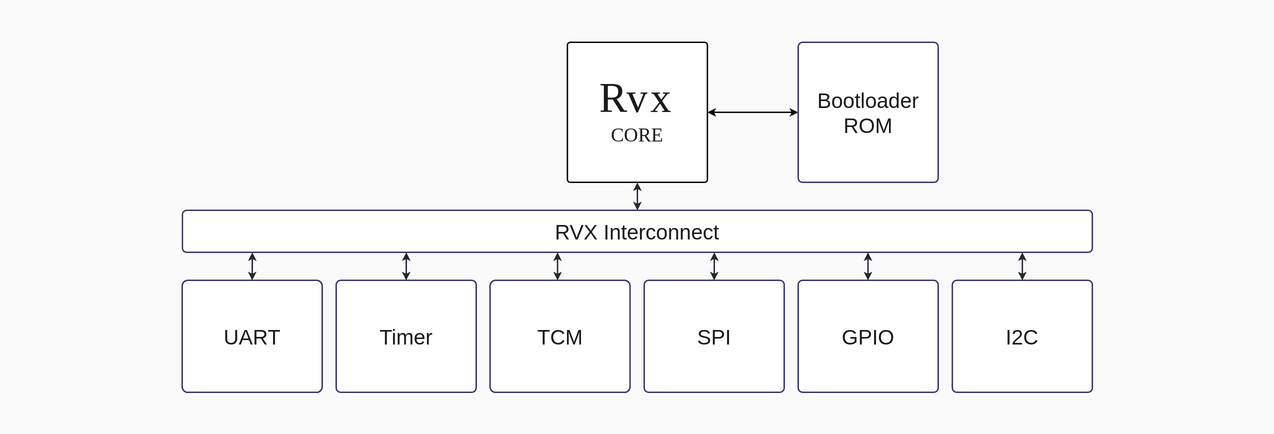
This is docs/source/images/rvx_architecture.svg from rafaelcalcada/rvx, a draw.io export, as it was before one commit. Source tidied: cells renumbered, new cells last; positions are measured from the earlier drawing's top-left corner, leaving out a move shared by most shapes.
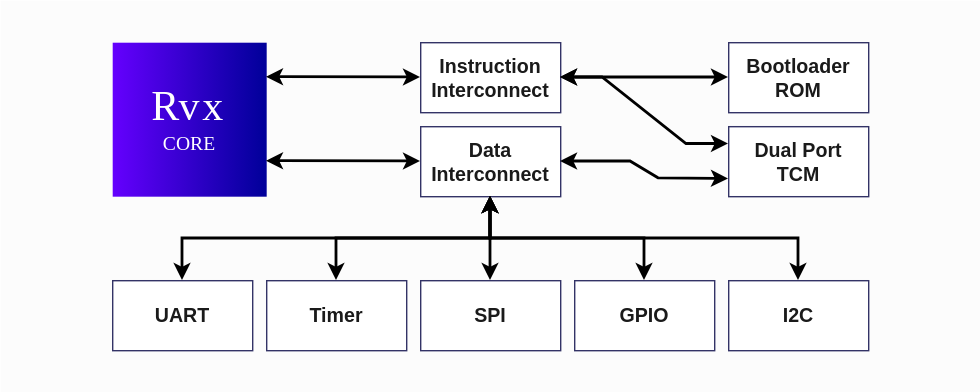
The same file after the commit.

Commit message:
Add architecture overview to README page and update architecture diagram

Change to the diagram source:
```diff
@@ -2,85 +2,117 @@
   <root>
     <mxCell id="0" />
     <mxCell id="1" parent="0" />
-    <mxCell id="2" style="rounded=0;whiteSpace=wrap;html=1;strokeColor=none;gradientColor=none;fillColor=#E6E6E6;dashed=1;opacity=20;" parent="1" vertex="1">
-      <mxGeometry width="910" height="310" as="geometry" />
+    <mxCell id="2" style="rounded=0;whiteSpace=wrap;html=1;strokeColor=none;gradientColor=none;fillColor=#E6E6E6;dashed=1;opacity=15;" parent="1" vertex="1">
+      <mxGeometry x="10" y="-10" width="700" height="280" as="geometry" />
     </mxCell>
-    <mxCell id="3" style="whiteSpace=wrap;html=1;strokeColor=default;fillColor=#FFFFFF;gradientColor=none;gradientDirection=east;rounded=1;arcSize=2;strokeWidth=1;fontColor=#303FA1;" parent="1" vertex="1">
-      <mxGeometry x="405" y="30" width="100" height="100" as="geometry" />
+    <mxCell id="3" style="whiteSpace=wrap;html=1;strokeColor=none;fillColor=#6500FE;gradientColor=#000099;gradientDirection=east;rounded=1;arcSize=0;strokeWidth=5;fontColor=#303FA1;" parent="1" vertex="1">
+      <mxGeometry x="90" y="20" width="110" height="110" as="geometry" />
     </mxCell>
-    <mxCell id="4" value="RVX Interconnect" style="rounded=1;whiteSpace=wrap;html=1;strokeWidth=1;arcSize=10;fontStyle=0;fontSize=15;fontFamily=Helvetica;horizontal=1;strokeColor=#333366;fillColor=#FFFFFF;fontColor=#1A1A1A;" parent="1" vertex="1">
-      <mxGeometry x="130.1" y="150" width="649.9" height="30" as="geometry" />
-    </mxCell>
-    <mxCell id="5" value="GPIO" style="rounded=1;whiteSpace=wrap;html=1;strokeWidth=1;arcSize=4;fontStyle=0;fontSize=15;fontFamily=Helvetica;strokeColor=#333366;fillColor=#FFFFFF;fontColor=#1A1A1A;" parent="1" vertex="1">
-      <mxGeometry x="569.9" y="200" width="100" height="80" as="geometry" />
+    <mxCell id="5" value="GPIO" style="rounded=1;whiteSpace=wrap;html=1;strokeWidth=1;arcSize=0;fontStyle=1;fontSize=14;fontFamily=Helvetica;strokeColor=#333366;fillColor=#FFFFFF;fontColor=#1A1A1A;" parent="1" vertex="1">
+      <mxGeometry x="420" y="190" width="100" height="50" as="geometry" />
     </mxCell>
-    <mxCell id="6" value="UART" style="rounded=1;whiteSpace=wrap;html=1;strokeWidth=1;arcSize=5;fontStyle=0;fontSize=15;fontFamily=Helvetica;strokeColor=#333366;fillColor=#FFFFFF;fontColor=#1A1A1A;" parent="1" vertex="1">
-      <mxGeometry x="129.9" y="200" width="100" height="80" as="geometry" />
-    </mxCell>
-    <mxCell id="7" value="TCM" style="rounded=1;whiteSpace=wrap;html=1;strokeWidth=1;arcSize=5;fontStyle=0;fontSize=15;fontFamily=Helvetica;strokeColor=#333366;fillColor=#FFFFFF;fontColor=#1A1A1A;" parent="1" vertex="1">
-      <mxGeometry x="349.8" y="200" width="100" height="80" as="geometry" />
+    <mxCell id="7" value="&lt;div&gt;Dual Port&lt;/div&gt;&lt;div&gt;TCM&lt;/div&gt;" style="rounded=1;whiteSpace=wrap;html=1;strokeWidth=1;arcSize=0;fontStyle=1;fontSize=14;fontFamily=Helvetica;strokeColor=#333366;fillColor=#FFFFFF;fontColor=#1A1A1A;" parent="1" vertex="1">
+      <mxGeometry x="530" y="80" width="100" height="50" as="geometry" />
     </mxCell>
-    <mxCell id="8" value="SPI" style="rounded=1;whiteSpace=wrap;html=1;strokeWidth=1;arcSize=4;fontStyle=0;fontSize=15;fontFamily=Helvetica;strokeColor=#333366;fillColor=#FFFFFF;fontColor=#1A1A1A;" parent="1" vertex="1">
-      <mxGeometry x="459.9" y="200" width="100" height="80" as="geometry" />
+    <mxCell id="8" value="SPI" style="rounded=1;whiteSpace=wrap;html=1;strokeWidth=1;arcSize=0;fontStyle=1;fontSize=14;fontFamily=Helvetica;strokeColor=#333366;fillColor=#FFFFFF;fontColor=#1A1A1A;" parent="1" vertex="1">
+      <mxGeometry x="310" y="190" width="100" height="50" as="geometry" />
     </mxCell>
-    <mxCell id="9" value="Timer" style="rounded=1;whiteSpace=wrap;html=1;strokeWidth=1;arcSize=4;fontStyle=0;fontSize=15;fontFamily=Helvetica;strokeColor=#333366;fillColor=#FFFFFF;fontColor=#1A1A1A;" parent="1" vertex="1">
-      <mxGeometry x="239.9" y="200" width="100" height="80" as="geometry" />
+    <mxCell id="9" value="Timer" style="rounded=1;whiteSpace=wrap;html=1;strokeWidth=1;arcSize=0;fontStyle=1;fontSize=14;fontFamily=Helvetica;strokeColor=#333366;fillColor=#FFFFFF;fontColor=#1A1A1A;" parent="1" vertex="1">
+      <mxGeometry x="200" y="190" width="100" height="50" as="geometry" />
     </mxCell>
-    <mxCell id="10" style="edgeStyle=orthogonalEdgeStyle;rounded=0;jettySize=auto;html=1;endArrow=classic;endFill=1;strokeWidth=1;fontFamily=Helvetica;fontStyle=0;strokeColor=#232830;fontSize=12;startArrow=classic;startFill=1;endSize=3;startSize=3;entryX=0.5;entryY=1;entryDx=0;entryDy=0;fontColor=#01009A;" parent="1" edge="1" source="4" target="3">
-      <mxGeometry relative="1" as="geometry" />
-    </mxCell>
-    <mxCell id="11" style="edgeStyle=orthogonalEdgeStyle;rounded=0;jettySize=auto;html=1;endArrow=classic;endFill=1;strokeWidth=1;fontFamily=Helvetica;fontStyle=0;strokeColor=#232830;fontSize=12;exitX=0.5;exitY=0;exitDx=0;exitDy=0;startArrow=classic;startFill=1;endSize=3;startSize=3;fontColor=#01009A;" parent="1" edge="1" source="9">
-      <mxGeometry relative="1" as="geometry">
-        <mxPoint x="290" y="180" as="targetPoint" />
-      </mxGeometry>
-    </mxCell>
-    <mxCell id="12" style="edgeStyle=orthogonalEdgeStyle;rounded=0;jettySize=auto;html=1;endArrow=classic;endFill=1;strokeWidth=1;fontFamily=Helvetica;fontStyle=0;strokeColor=#232830;fontSize=12;startArrow=classic;startFill=1;endSize=3;startSize=3;entryX=0.5;entryY=0;entryDx=0;entryDy=0;fontColor=#01009A;" parent="1" edge="1" target="6">
-      <mxGeometry relative="1" as="geometry">
-        <mxPoint x="180" y="180" as="sourcePoint" />
-      </mxGeometry>
-    </mxCell>
-    <mxCell id="13" style="edgeStyle=orthogonalEdgeStyle;rounded=0;jettySize=auto;html=1;endArrow=classic;endFill=1;strokeWidth=1;fontFamily=Helvetica;fontStyle=0;strokeColor=#232830;fontSize=12;startArrow=classic;startFill=1;endSize=3;startSize=3;exitX=0.5;exitY=0;exitDx=0;exitDy=0;fontColor=#01009A;" parent="1" edge="1" source="8">
-      <mxGeometry relative="1" as="geometry">
-        <mxPoint x="510" y="180" as="targetPoint" />
-      </mxGeometry>
-    </mxCell>
-    <mxCell id="14" style="edgeStyle=orthogonalEdgeStyle;rounded=0;orthogonalLoop=1;jettySize=auto;html=1;endArrow=classic;endFill=1;strokeWidth=1;fontFamily=Helvetica;fontStyle=0;strokeColor=#232830;fontSize=12;startArrow=classic;startFill=1;endSize=3;startSize=3;exitX=0.5;exitY=0;exitDx=0;exitDy=0;fontColor=#01009A;" parent="1" edge="1">
-      <mxGeometry relative="1" as="geometry">
-        <mxPoint x="619.8" y="200" as="sourcePoint" />
-        <mxPoint x="619.8" y="180" as="targetPoint" />
-      </mxGeometry>
-    </mxCell>
-    <mxCell id="15" value="R" style="text;html=1;align=center;verticalAlign=middle;whiteSpace=wrap;rounded=0;fontFamily=Eurofighter;fontSize=30;fontColor=#1A1A1A;" parent="1" vertex="1">
-      <mxGeometry x="408.1" y="54" width="60" height="30" as="geometry" />
+    <mxCell id="15" value="R" style="text;html=1;align=center;verticalAlign=middle;whiteSpace=wrap;rounded=0;fontFamily=Eurofighter;fontSize=30;fontColor=#FFFFFF;" parent="1" vertex="1">
+      <mxGeometry x="98.1" y="50" width="60" height="30" as="geometry" />
     </mxCell>
-    <mxCell id="16" value="v" style="text;html=1;align=center;verticalAlign=middle;whiteSpace=wrap;rounded=0;fontFamily=Eurofighter;fontSize=30;fontColor=#1A1A1A;" parent="1" vertex="1">
-      <mxGeometry x="425.1" y="54" width="60" height="30" as="geometry" />
+    <mxCell id="16" value="v" style="text;html=1;align=center;verticalAlign=middle;whiteSpace=wrap;rounded=0;fontFamily=Eurofighter;fontSize=30;fontColor=#FFFFFF;" parent="1" vertex="1">
+      <mxGeometry x="115.1" y="50" width="60" height="30" as="geometry" />
     </mxCell>
-    <mxCell id="17" value="x" style="text;html=1;align=center;verticalAlign=middle;whiteSpace=wrap;rounded=0;fontFamily=Eurofighter;fontSize=30;fontColor=#1A1A1A;" parent="1" vertex="1">
-      <mxGeometry x="441.9" y="54" width="60" height="30" as="geometry" />
+    <mxCell id="17" value="x" style="text;html=1;align=center;verticalAlign=middle;whiteSpace=wrap;rounded=0;fontFamily=Eurofighter;fontSize=30;fontColor=#FFFFFF;" parent="1" vertex="1">
+      <mxGeometry x="131.9" y="50" width="60" height="30" as="geometry" />
     </mxCell>
-    <mxCell id="18" value="CORE" style="text;html=1;align=center;verticalAlign=middle;whiteSpace=wrap;rounded=0;fontFamily=Eurofighter;fontColor=#1A1A1A;fontSize=14;" parent="1" vertex="1">
-      <mxGeometry x="425" y="82" width="60" height="30" as="geometry" />
+    <mxCell id="18" value="CORE" style="text;html=1;align=center;verticalAlign=middle;whiteSpace=wrap;rounded=0;fontFamily=Eurofighter;fontColor=#FFFFFF;fontSize=14;" parent="1" vertex="1">
+      <mxGeometry x="115" y="78" width="60" height="30" as="geometry" />
     </mxCell>
-    <mxCell id="19" style="edgeStyle=orthogonalEdgeStyle;rounded=0;jettySize=auto;html=1;entryX=1;entryY=0.5;entryDx=0;entryDy=0;endArrow=classic;endFill=1;startArrow=classic;startFill=1;startSize=3;endSize=3;" parent="1" edge="1" source="20" target="3">
-      <mxGeometry relative="1" as="geometry" />
-    </mxCell>
+    <mxCell id="21" value="I2C" style="rounded=1;whiteSpace=wrap;html=1;strokeWidth=1;arcSize=0;fontStyle=1;fontSize=14;fontFamily=Helvetica;strokeColor=#333366;fillColor=#FFFFFF;fontColor=#1A1A1A;" parent="1" vertex="1">
+      <mxGeometry x="530" y="190" width="100" height="50" as="geometry" />
+    </mxCell>
-    <mxCell id="20" value="Bootloader&lt;div&gt;ROM&lt;/div&gt;" style="rounded=1;whiteSpace=wrap;html=1;strokeWidth=1;arcSize=3;fontStyle=0;fontSize=15;fontFamily=Helvetica;strokeColor=#333366;fillColor=#FFFFFF;fontColor=#1A1A1A;" parent="1" vertex="1">
-      <mxGeometry x="569.9" y="30" width="100" height="100" as="geometry" />
+    <mxCell id="20" value="Bootloader&lt;div&gt;ROM&lt;/div&gt;" style="rounded=1;whiteSpace=wrap;html=1;strokeWidth=1;arcSize=0;fontStyle=1;fontSize=14;fontFamily=Helvetica;strokeColor=#333366;fillColor=#FFFFFF;fontColor=#1A1A1A;" parent="1" vertex="1">
+      <mxGeometry x="530" y="20" width="100" height="50" as="geometry" />
     </mxCell>
-    <mxCell id="21" value="I2C" style="rounded=1;whiteSpace=wrap;html=1;strokeWidth=1;arcSize=4;fontStyle=0;fontSize=15;fontFamily=Helvetica;strokeColor=#333366;fillColor=#FFFFFF;fontColor=#1A1A1A;" parent="1" vertex="1">
-      <mxGeometry x="680" y="200" width="100" height="80" as="geometry" />
-    </mxCell>
-    <mxCell id="22" style="edgeStyle=orthogonalEdgeStyle;rounded=0;orthogonalLoop=1;jettySize=auto;html=1;endArrow=classic;endFill=1;strokeWidth=1;fontFamily=Helvetica;fontStyle=0;strokeColor=#232830;fontSize=12;startArrow=classic;startFill=1;endSize=3;startSize=3;exitX=0.5;exitY=0;exitDx=0;exitDy=0;fontColor=#01009A;" parent="1" edge="1">
-      <mxGeometry relative="1" as="geometry">
-        <mxPoint x="398" y="200" as="sourcePoint" />
-        <mxPoint x="398" y="180" as="targetPoint" />
-      </mxGeometry>
-    </mxCell>
-    <mxCell id="23" style="edgeStyle=orthogonalEdgeStyle;rounded=0;jettySize=auto;html=1;endArrow=classic;endFill=1;strokeWidth=1;fontFamily=Helvetica;fontStyle=0;strokeColor=#232830;fontSize=12;startArrow=classic;startFill=1;endSize=3;startSize=3;exitX=0.5;exitY=0;exitDx=0;exitDy=0;fontColor=#01009A;" parent="1" edge="1" source="21">
-      <mxGeometry relative="1" as="geometry">
-        <mxPoint x="730" y="180" as="targetPoint" />
-      </mxGeometry>
-    </mxCell>
+    <mxCell id="24" value="Instruction&lt;div&gt;&lt;span style=&quot;background-color: transparent; color: light-dark(rgb(26, 26, 26), rgb(215, 215, 215));&quot;&gt;Interconnect&lt;/span&gt;&lt;/div&gt;" style="rounded=1;whiteSpace=wrap;html=1;strokeWidth=1;arcSize=0;fontStyle=1;fontSize=14;fontFamily=Helvetica;strokeColor=#333366;fillColor=#FFFFFF;fontColor=#1A1A1A;imageAspect=1;" parent="1" vertex="1">
+      <mxGeometry x="310" y="20" width="100" height="50" as="geometry" />
+    </mxCell>
+    <mxCell id="25" value="Data&lt;div&gt;Interconnect&lt;/div&gt;" style="rounded=1;whiteSpace=wrap;html=1;strokeWidth=1;arcSize=0;fontStyle=1;fontSize=14;fontFamily=Helvetica;strokeColor=#333366;fillColor=#FFFFFF;fontColor=#1A1A1A;" parent="1" vertex="1">
+      <mxGeometry x="310" y="80" width="100" height="50" as="geometry" />
+    </mxCell>
+    <mxCell id="26" style="endArrow=classic;startArrow=classic;html=1;rounded=0;exitX=0.5;exitY=0;exitDx=0;exitDy=0;entryX=0.5;entryY=1;entryDx=0;entryDy=0;strokeWidth=2;strokeColor=#000000;" parent="1" edge="1" source="21" target="25">
+      <mxGeometry relative="1" as="geometry">
+        <Array as="points">
+          <mxPoint x="580" y="160" />
+          <mxPoint x="510" y="160" />
+          <mxPoint x="360" y="160" />
+        </Array>
+      </mxGeometry>
+    </mxCell>
+    <mxCell id="27" style="endArrow=classic;startArrow=classic;html=1;rounded=0;exitX=0.5;exitY=0;exitDx=0;exitDy=0;entryX=0.5;entryY=1;entryDx=0;entryDy=0;strokeWidth=2;strokeColor=#000000;" parent="1" edge="1" source="5" target="25">
+      <mxGeometry relative="1" as="geometry">
+        <Array as="points">
+          <mxPoint x="470" y="160" />
+          <mxPoint x="360" y="160" />
+        </Array>
+      </mxGeometry>
+    </mxCell>
+    <mxCell id="28" style="endArrow=classic;startArrow=classic;html=1;rounded=0;exitX=0.5;exitY=0;exitDx=0;exitDy=0;strokeWidth=2;strokeColor=#000000;" parent="1" edge="1" source="8">
+      <mxGeometry relative="1" as="geometry">
+        <mxPoint x="360" y="130" as="targetPoint" />
+        <Array as="points">
+          <mxPoint x="360" y="160" />
+        </Array>
+      </mxGeometry>
+    </mxCell>
+    <mxCell id="29" style="endArrow=classic;startArrow=classic;html=1;rounded=0;exitX=0.5;exitY=0;exitDx=0;exitDy=0;entryX=0.5;entryY=1;entryDx=0;entryDy=0;strokeWidth=2;strokeColor=#000000;" parent="1" edge="1" source="9" target="25">
+      <mxGeometry relative="1" as="geometry">
+        <Array as="points">
+          <mxPoint x="250" y="160" />
+          <mxPoint x="360" y="160" />
+        </Array>
+      </mxGeometry>
+    </mxCell>
+    <mxCell id="30" style="endArrow=classic;startArrow=classic;html=1;rounded=0;exitX=0.5;exitY=0;exitDx=0;exitDy=0;entryX=0.5;entryY=1;entryDx=0;entryDy=0;strokeWidth=2;strokeColor=#000000;" parent="1" edge="1" source="6" target="25">
+      <mxGeometry relative="1" as="geometry">
+        <Array as="points">
+          <mxPoint x="140" y="160" />
+          <mxPoint x="360" y="160" />
+        </Array>
+      </mxGeometry>
+    </mxCell>
+    <mxCell id="31" style="endArrow=classic;startArrow=classic;html=1;rounded=0;entryX=0;entryY=0.5;entryDx=0;entryDy=0;strokeWidth=2;strokeColor=#000000;exitX=1;exitY=0.5;exitDx=0;exitDy=0;" parent="1" edge="1" source="24" target="20">
+      <mxGeometry relative="1" as="geometry" />
+    </mxCell>
+    <mxCell id="32" style="endArrow=classic;startArrow=classic;html=1;rounded=0;entryX=0;entryY=0.75;entryDx=0;entryDy=0;strokeWidth=2;strokeColor=#000000;exitX=1;exitY=0.5;exitDx=0;exitDy=0;" parent="1" edge="1" source="25" target="7">
+      <mxGeometry relative="1" as="geometry">
+        <Array as="points">
+          <mxPoint x="460" y="105" />
+          <mxPoint x="480" y="117" />
+        </Array>
+      </mxGeometry>
+    </mxCell>
+    <mxCell id="6" value="UART" style="rounded=1;whiteSpace=wrap;html=1;strokeWidth=1;arcSize=0;fontStyle=1;fontSize=14;fontFamily=Helvetica;strokeColor=#333366;fillColor=#FFFFFF;fontColor=#1A1A1A;" parent="1" vertex="1">
+      <mxGeometry x="90" y="190" width="100" height="50" as="geometry" />
+    </mxCell>
+    <mxCell id="33" style="endArrow=classic;startArrow=classic;html=1;rounded=0;strokeWidth=2;strokeColor=#000000;exitX=1;exitY=0.5;exitDx=0;exitDy=0;" parent="1" edge="1">
+      <mxGeometry relative="1" as="geometry">
+        <mxPoint x="200" y="44.8" as="sourcePoint" />
+        <mxPoint x="310" y="45" as="targetPoint" />
+      </mxGeometry>
+    </mxCell>
+    <mxCell id="34" style="endArrow=classic;startArrow=classic;html=1;rounded=0;strokeWidth=2;strokeColor=#000000;exitX=1;exitY=0.5;exitDx=0;exitDy=0;" parent="1" edge="1">
+      <mxGeometry relative="1" as="geometry">
+        <mxPoint x="200" y="104.8" as="sourcePoint" />
+        <mxPoint x="310" y="105" as="targetPoint" />
+      </mxGeometry>
+    </mxCell>
+    <mxCell id="35" style="endArrow=classic;startArrow=classic;html=1;rounded=0;entryX=0;entryY=0.25;entryDx=0;entryDy=0;strokeWidth=2;strokeColor=#000000;exitX=1;exitY=0.5;exitDx=0;exitDy=0;edgeStyle=entityRelationEdgeStyle;" parent="1" edge="1" source="24" target="7">
+      <mxGeometry relative="1" as="geometry" />
+    </mxCell>
   </root>
 </mxGraphModel>
```
